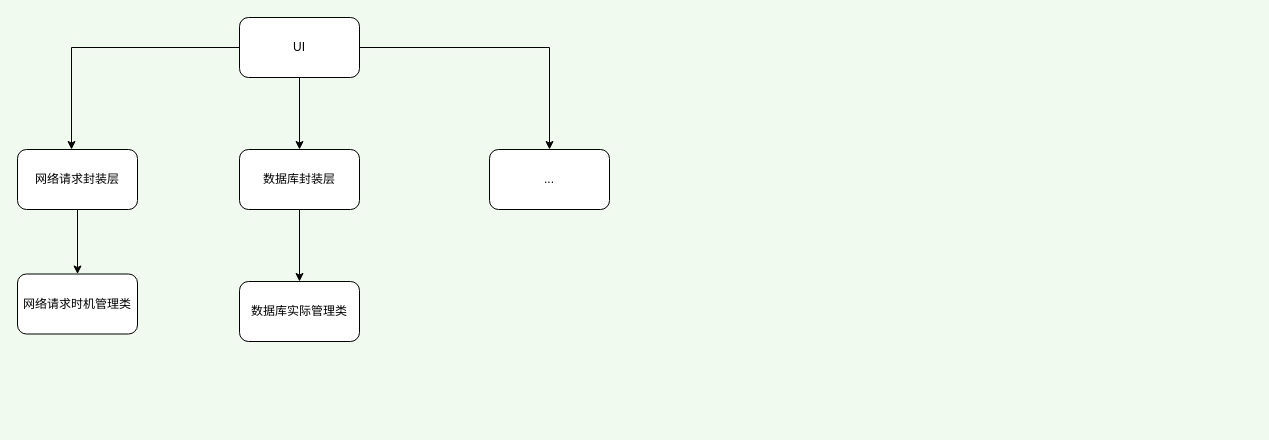
The draw.io diagram app设计规范/软件设计原则(SOLID)/设计原则.drawio in hfqf/design-pattern, before the edit. Source tidied: cells renumbered, new cells numbered last; positions are measured from the earlier drawing's top-left corner, leaving out a move shared by most shapes. Both pictures are drawn from the tidied source at 100%, with x=0, y=0 at pixel (17, 17).
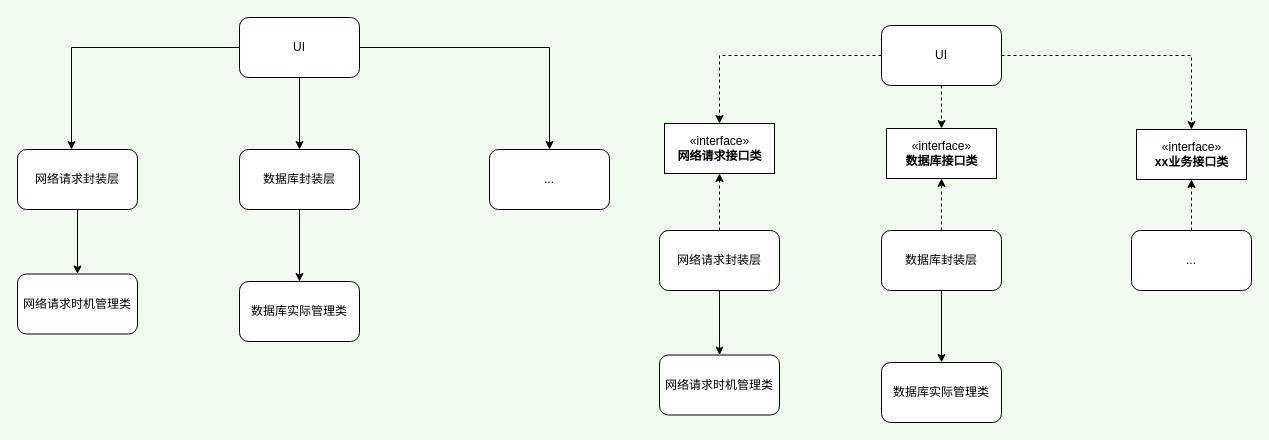
The same diagram, later.

Diff of the diagram source:
```diff
@@
+    <mxCell id="13" style="edgeStyle=orthogonalEdgeStyle;rounded=0;jettySize=auto;html=1;dashed=1;" parent="1" edge="1" source="16" target="27">
+      <mxGeometry relative="1" as="geometry" />
+    </mxCell>
+    <mxCell id="14" style="edgeStyle=orthogonalEdgeStyle;rounded=0;jettySize=auto;html=1;dashed=1;" parent="1" edge="1" source="16" target="28">
+      <mxGeometry relative="1" as="geometry" />
+    </mxCell>
+    <mxCell id="15" style="edgeStyle=orthogonalEdgeStyle;rounded=0;jettySize=auto;html=1;dashed=1;" parent="1" edge="1" source="16" target="29">
+      <mxGeometry relative="1" as="geometry" />
+    </mxCell>
+    <mxCell id="16" value="UI" style="rounded=1;whiteSpace=wrap;html=1;" parent="1" vertex="1">
+      <mxGeometry x="864" y="8" width="120" height="60" as="geometry" />
+    </mxCell>
+    <mxCell id="17" style="edgeStyle=orthogonalEdgeStyle;rounded=0;jettySize=auto;html=1;" parent="1" edge="1" source="19" target="20">
+      <mxGeometry relative="1" as="geometry" />
+    </mxCell>
+    <mxCell id="18" style="edgeStyle=orthogonalEdgeStyle;rounded=0;jettySize=auto;html=1;dashed=1;" parent="1" edge="1" source="19" target="28">
+      <mxGeometry relative="1" as="geometry" />
+    </mxCell>
+    <mxCell id="19" value="数据库封装层" style="rounded=1;whiteSpace=wrap;html=1;" parent="1" vertex="1">
+      <mxGeometry x="864" y="213" width="120" height="60" as="geometry" />
+    </mxCell>
+    <mxCell id="20" value="数据库实际管理类" style="rounded=1;whiteSpace=wrap;html=1;" parent="1" vertex="1">
+      <mxGeometry x="864" y="345" width="120" height="60" as="geometry" />
+    </mxCell>
+    <mxCell id="21" style="edgeStyle=orthogonalEdgeStyle;rounded=0;jettySize=auto;html=1;" parent="1" edge="1" source="23" target="24">
+      <mxGeometry relative="1" as="geometry" />
+    </mxCell>
+    <mxCell id="22" style="edgeStyle=orthogonalEdgeStyle;rounded=0;jettySize=auto;html=1;entryX=0.5;entryY=1;entryDx=0;entryDy=0;dashed=1;" parent="1" edge="1" source="23" target="27">
+      <mxGeometry relative="1" as="geometry" />
+    </mxCell>
+    <mxCell id="23" value="网络请求封装层" style="rounded=1;whiteSpace=wrap;html=1;" parent="1" vertex="1">
+      <mxGeometry x="642" y="213" width="120" height="60" as="geometry" />
+    </mxCell>
+    <mxCell id="24" value="网络请求时机管理类" style="rounded=1;whiteSpace=wrap;html=1;" parent="1" vertex="1">
+      <mxGeometry x="642" y="337.5" width="120" height="60" as="geometry" />
+    </mxCell>
+    <mxCell id="25" style="edgeStyle=orthogonalEdgeStyle;rounded=0;jettySize=auto;html=1;dashed=1;" parent="1" edge="1" source="26" target="29">
+      <mxGeometry relative="1" as="geometry" />
+    </mxCell>
+    <mxCell id="26" value="..." style="rounded=1;whiteSpace=wrap;html=1;" parent="1" vertex="1">
+      <mxGeometry x="1114" y="213" width="120" height="60" as="geometry" />
+    </mxCell>
+    <mxCell id="27" value="«interface»&lt;br&gt;&lt;b&gt;网络请求接口类&lt;/b&gt;" style="html=1;" parent="1" vertex="1">
+      <mxGeometry x="647" y="106" width="110" height="50" as="geometry" />
+    </mxCell>
+    <mxCell id="28" value="«interface»&lt;br&gt;&lt;b&gt;数据库接口类&lt;/b&gt;" style="html=1;" parent="1" vertex="1">
+      <mxGeometry x="869" y="111" width="110" height="50" as="geometry" />
+    </mxCell>
+    <mxCell id="29" value="«interface»&lt;br&gt;&lt;b&gt;xx业务接口类&lt;/b&gt;" style="html=1;" parent="1" vertex="1">
+      <mxGeometry x="1119" y="112" width="110" height="50" as="geometry" />
+    </mxCell>
```
